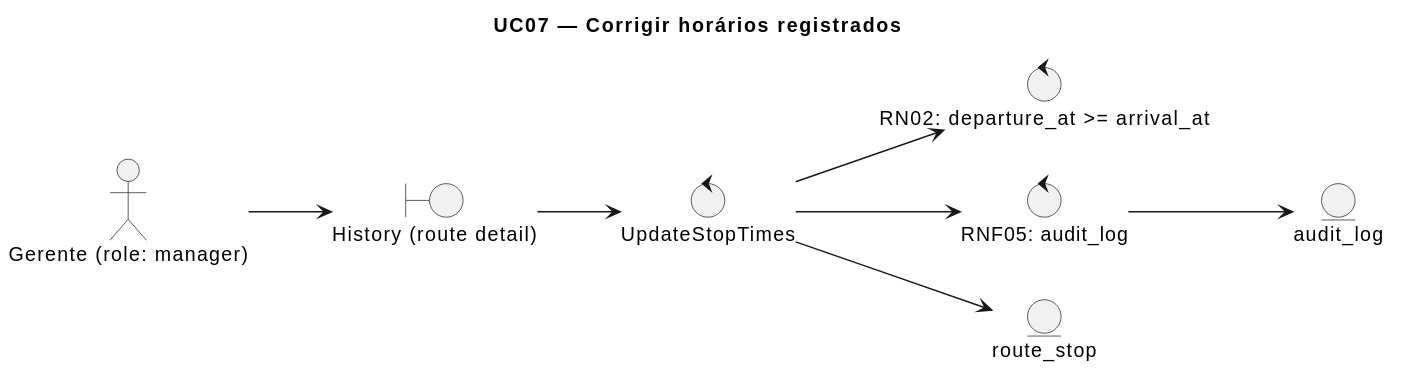
xendak/terminus keeps this PlantUML diagram as docs/especificacao/diagrams/robustez-uc07-corrigir-tempos.svg. Above is the earlier version.
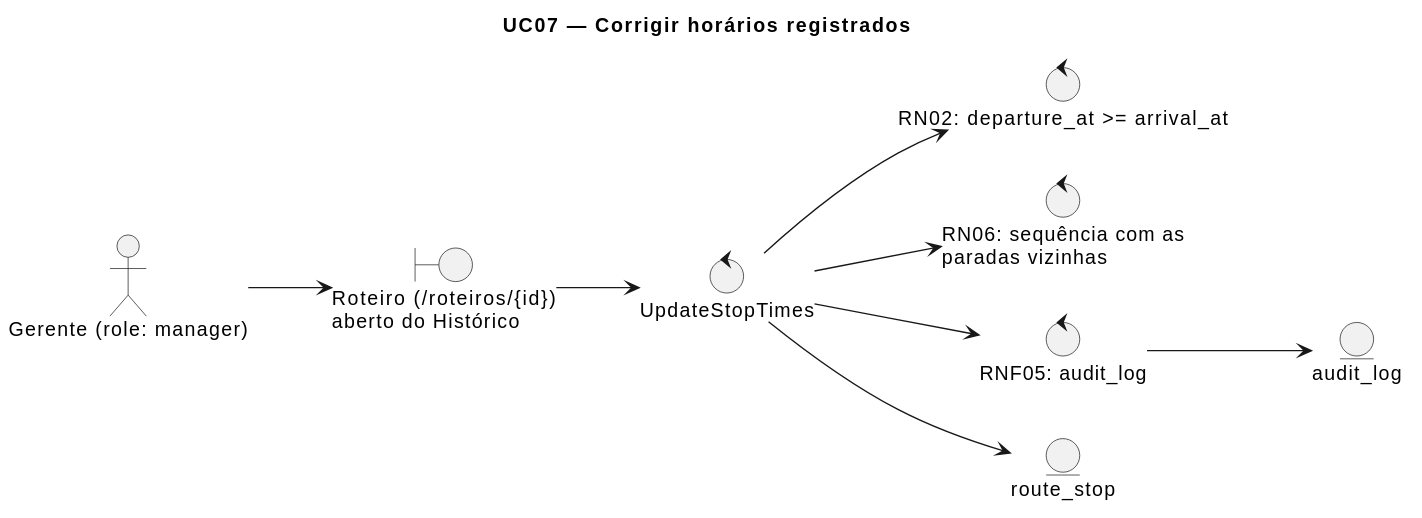
The same diagram one commit later.

The edit, as a diff of the source:
```diff
@@ -4,9 +4,10 @@
 title UC07 — Corrigir horários registrados
 
 actor "Gerente (role: manager)" as Gerente
-boundary "History (route detail)" as B1
+boundary "Roteiro (/roteiros/{id})\naberto do Histórico" as B1
 control "UpdateStopTimes" as C1
 control "RN02: departure_at >= arrival_at" as C3
+control "RN06: sequência com as\nparadas vizinhas" as C4
 control "RNF05: audit_log" as C2
 entity "route_stop" as E1
 entity "audit_log" as E2
@@ -14,6 +15,7 @@
 Gerente --> B1
 B1 --> C1
 C1 --> C3
+C1 --> C4
 C1 --> E1
 C1 --> C2
 C2 --> E2
```
